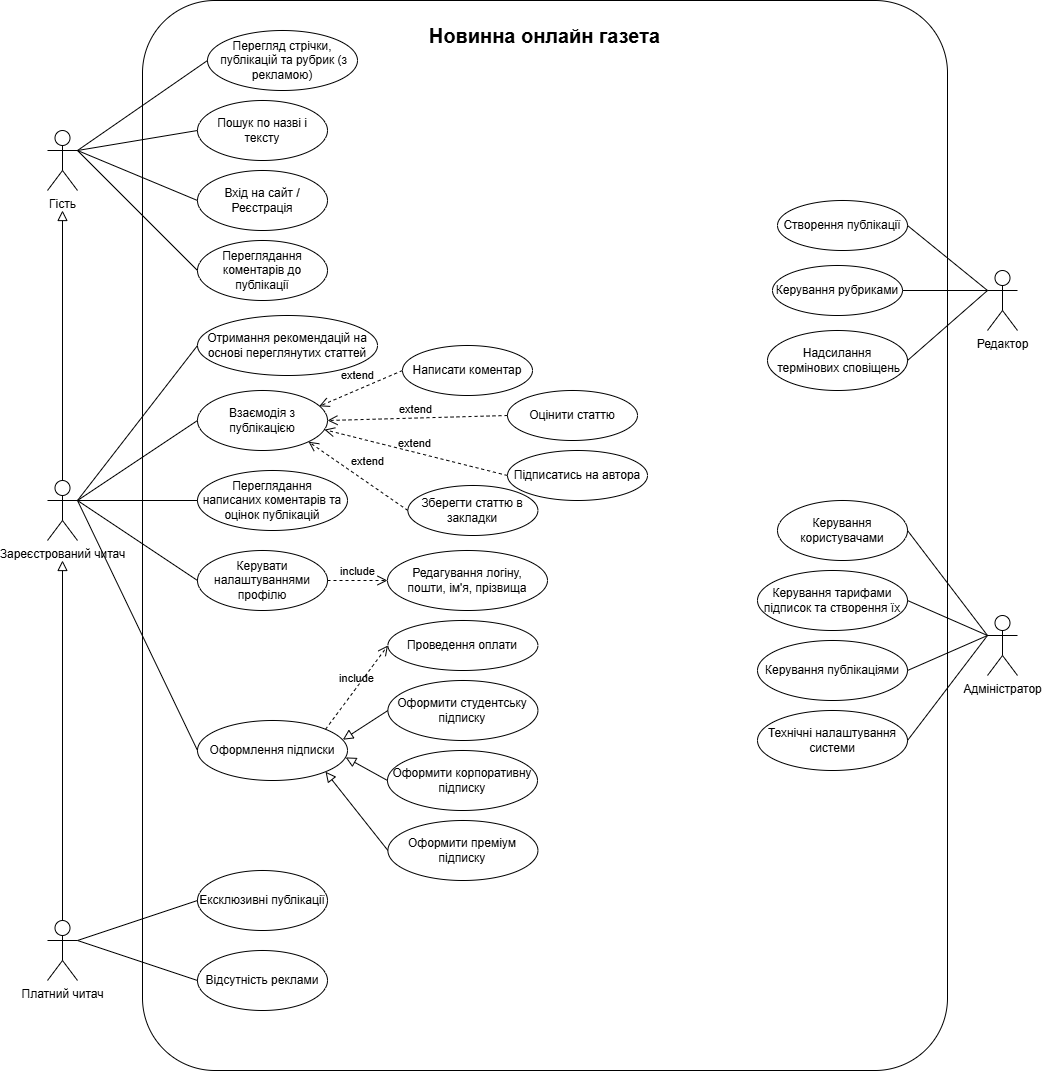
Dubyk-Yura/Online_Newspaper_Curse_work keeps this draw.io diagram as diagrams/use_case.drawio.png. Above is the earlier version. Source tidied: cells renumbered, new cells last; positions are measured from the earlier drawing's top-left corner, leaving out a move shared by most shapes.
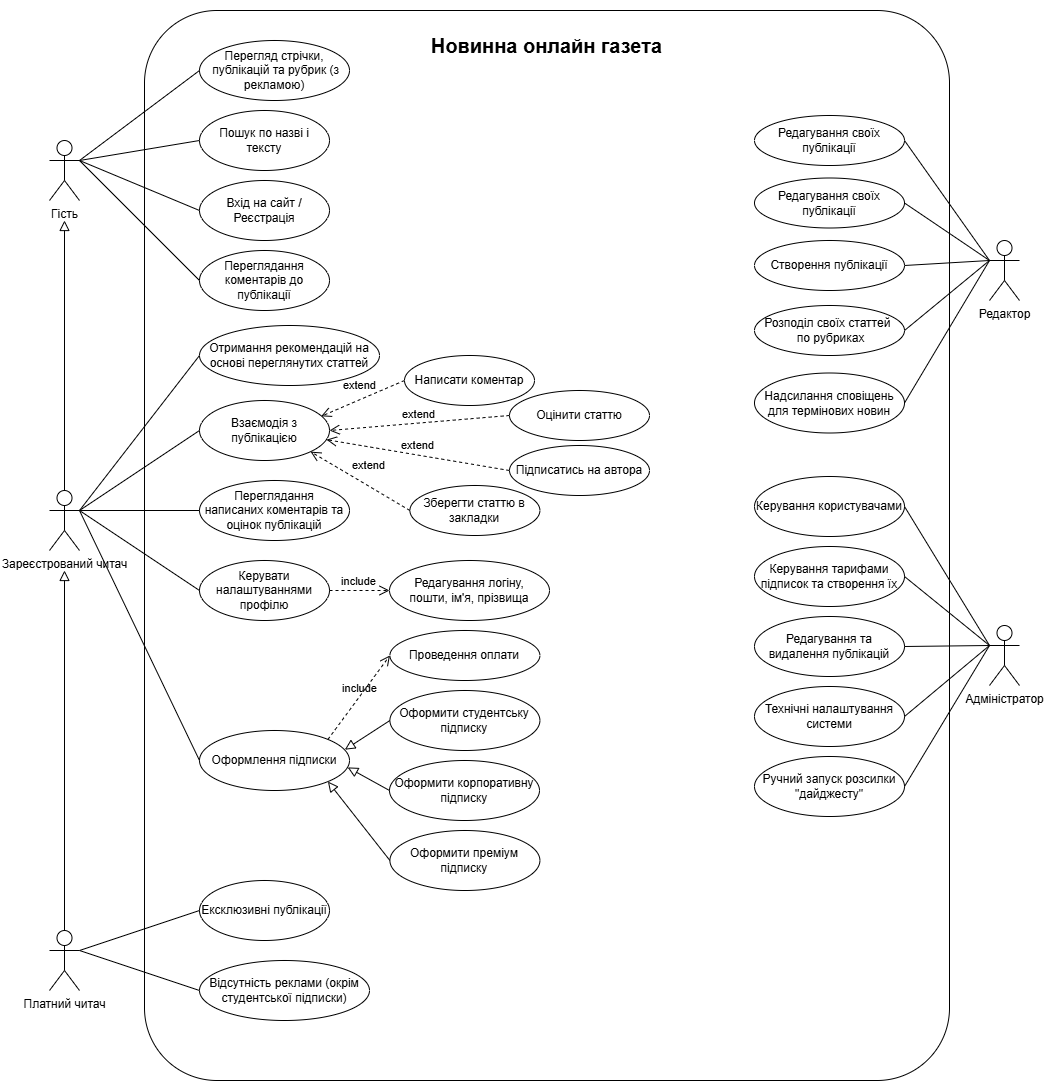
The same diagram one commit later.

Commit message:
upgrade class diagram upgrade use case diagram create diagram of database

The edit, as a diff of the source:
```diff
@@ -2,6 +2,9 @@
   <root>
     <mxCell id="0" />
     <mxCell id="1" parent="0" />
+    <mxCell id="70" style="rounded=0;whiteSpace=wrap;html=1;strokeColor=none;" parent="1" vertex="1">
+      <mxGeometry x="-50" y="-10" width="1060" height="1090" as="geometry" />
+    </mxCell>
     <mxCell id="2" value="Гість" style="shape=umlActor;verticalLabelPosition=bottom;verticalAlign=top;html=1;outlineConnect=0;" parent="1" vertex="1">
       <mxGeometry y="130" width="30" height="60" as="geometry" />
     </mxCell>
@@ -34,13 +37,13 @@
       <mxGeometry relative="1" as="geometry" />
     </mxCell>
     <mxCell id="11" value="Редактор" style="shape=umlActor;verticalLabelPosition=bottom;verticalAlign=top;html=1;outlineConnect=0;" parent="1" vertex="1">
-      <mxGeometry x="940" y="270" width="30" height="60" as="geometry" />
+      <mxGeometry x="940" y="230" width="30" height="60" as="geometry" />
     </mxCell>
     <mxCell id="12" value="&lt;font style=&quot;color: rgb(0, 0, 0);&quot;&gt;Новинна онлайн газета&lt;/font&gt;" style="text;html=1;align=center;verticalAlign=middle;whiteSpace=wrap;rounded=0;strokeWidth=1;fontStyle=1;fontSize=20;" parent="1" vertex="1">
       <mxGeometry x="375" y="20" width="245" height="30" as="geometry" />
     </mxCell>
     <mxCell id="13" value="Перегляд стрічки,&lt;br&gt;&amp;nbsp;публікацій та рубрик (з рекламою)" style="ellipse;whiteSpace=wrap;html=1;" parent="1" vertex="1">
-      <mxGeometry x="160" y="30" width="150" height="60" as="geometry" />
+      <mxGeometry x="150" y="30" width="150" height="60" as="geometry" />
     </mxCell>
     <mxCell id="14" style="endArrow=none;html=1;entryX=1;entryY=0.3333333333333333;entryDx=0;entryDy=0;entryPerimeter=0;exitX=0;exitY=0.5;exitDx=0;exitDy=0;" parent="1" edge="1" source="13" target="2">
       <mxGeometry relative="1" as="geometry" />
@@ -85,13 +88,13 @@
       <mxGeometry x="355" y="345" width="130" height="50" as="geometry" />
     </mxCell>
     <mxCell id="26" value="Оцінити статтю" style="ellipse;whiteSpace=wrap;html=1;" parent="1" vertex="1">
-      <mxGeometry x="460" y="390" width="130" height="50" as="geometry" />
+      <mxGeometry x="460" y="380" width="140" height="50" as="geometry" />
     </mxCell>
     <mxCell id="27" style="endArrow=none;html=1;entryX=0;entryY=0.5;entryDx=0;entryDy=0;exitX=1;exitY=0.3333333333333333;exitDx=0;exitDy=0;exitPerimeter=0;" parent="1" edge="1" source="3" target="24">
       <mxGeometry relative="1" as="geometry" />
     </mxCell>
     <mxCell id="28" value="Зберегти статтю в закладки" style="ellipse;whiteSpace=wrap;html=1;" parent="1" vertex="1">
-      <mxGeometry x="360.4" y="485" width="130" height="50" as="geometry" />
+      <mxGeometry x="360.4" y="475" width="130" height="50" as="geometry" />
     </mxCell>
     <mxCell id="29" value="extend" style="endArrow=open;startArrow=none;endFill=0;startFill=0;endSize=8;verticalAlign=bottom;dashed=1;labelBackgroundColor=none;spacingRight=0;labelPosition=center;verticalLabelPosition=top;align=center;html=1;flowAnimation=0;exitX=0;exitY=0.5;exitDx=0;exitDy=0;entryX=1;entryY=1;entryDx=0;entryDy=0;" parent="1" edge="1" source="28" target="22">
       <mxGeometry x="-0.07" y="-10" relative="1" as="geometry" />
@@ -105,8 +108,8 @@
     <mxCell id="32" value="Ексклюзивні публікації" style="ellipse;whiteSpace=wrap;html=1;" parent="1" vertex="1">
       <mxGeometry x="150" y="870" width="130" height="60" as="geometry" />
     </mxCell>
-    <mxCell id="33" value="Відсутність реклами" style="ellipse;whiteSpace=wrap;html=1;verticalAlign=middle;horizontal=1;" parent="1" vertex="1">
-      <mxGeometry x="150" y="950" width="130" height="60" as="geometry" />
+    <mxCell id="33" value="Відсутність реклами (окрім студентської підписки)" style="ellipse;whiteSpace=wrap;html=1;verticalAlign=middle;horizontal=1;" parent="1" vertex="1">
+      <mxGeometry x="150" y="950" width="170" height="60" as="geometry" />
     </mxCell>
     <mxCell id="34" value="Оформлення підписки" style="ellipse;whiteSpace=wrap;html=1;" parent="1" vertex="1">
       <mxGeometry x="150" y="720" width="150" height="60" as="geometry" />
@@ -147,7 +150,7 @@
       <mxGeometry relative="1" as="geometry" />
     </mxCell>
     <mxCell id="46" value="Підписатись на автора" style="ellipse;whiteSpace=wrap;html=1;" parent="1" vertex="1">
-      <mxGeometry x="460" y="450" width="140" height="50" as="geometry" />
+      <mxGeometry x="460" y="435" width="140" height="50" as="geometry" />
     </mxCell>
     <mxCell id="47" value="extend" style="endArrow=open;startArrow=none;endFill=0;startFill=0;endSize=8;verticalAlign=bottom;dashed=1;labelBackgroundColor=none;entryX=0.977;entryY=0.653;entryDx=0;entryDy=0;spacingRight=0;labelPosition=center;verticalLabelPosition=top;align=center;html=1;flowAnimation=0;exitX=0;exitY=0.5;exitDx=0;exitDy=0;entryPerimeter=0;" parent="1" edge="1" source="46" target="22">
       <mxGeometry x="0.01" relative="1" as="geometry" />
@@ -162,13 +165,13 @@
       <mxGeometry x="0.01" relative="1" as="geometry" />
     </mxCell>
     <mxCell id="51" value="Створення публікації" style="ellipse;whiteSpace=wrap;html=1;" parent="1" vertex="1">
-      <mxGeometry x="730" y="200" width="130" height="50" as="geometry" />
+      <mxGeometry x="705" y="230" width="150" height="50" as="geometry" />
     </mxCell>
-    <mxCell id="52" value="Керування рубриками" style="ellipse;whiteSpace=wrap;html=1;" parent="1" vertex="1">
-      <mxGeometry x="725" y="265" width="130" height="50" as="geometry" />
+    <mxCell id="52" value="Розподіл своїх статтей&amp;nbsp; &amp;nbsp;по рубриках" style="ellipse;whiteSpace=wrap;html=1;" parent="1" vertex="1">
+      <mxGeometry x="705" y="295" width="150" height="50" as="geometry" />
     </mxCell>
-    <mxCell id="53" value="Надсилання&lt;br&gt;&amp;nbsp;термінових сповіщень" style="ellipse;whiteSpace=wrap;html=1;" parent="1" vertex="1">
-      <mxGeometry x="720" y="330" width="140" height="60" as="geometry" />
+    <mxCell id="53" value="Надсилання&amp;nbsp;сповіщень для термінових новин" style="ellipse;whiteSpace=wrap;html=1;" parent="1" vertex="1">
+      <mxGeometry x="705" y="362.5" width="150" height="60" as="geometry" />
     </mxCell>
     <mxCell id="54" style="endArrow=none;html=1;entryX=1;entryY=0.5;entryDx=0;entryDy=0;exitX=0;exitY=0.3333333333333333;exitDx=0;exitDy=0;exitPerimeter=0;" parent="1" edge="1" source="11" target="51">
       <mxGeometry relative="1" as="geometry" />
@@ -180,16 +183,16 @@
       <mxGeometry relative="1" as="geometry" />
     </mxCell>
     <mxCell id="57" value="Керування користувачами" style="ellipse;whiteSpace=wrap;html=1;" parent="1" vertex="1">
-      <mxGeometry x="730" y="500" width="130" height="60" as="geometry" />
+      <mxGeometry x="705" y="466" width="150" height="60" as="geometry" />
     </mxCell>
     <mxCell id="58" value="Керування тарифами підписок та&amp;nbsp;&lt;span style=&quot;color: rgb(0, 0, 0);&quot;&gt;створення їх&lt;/span&gt;" style="ellipse;whiteSpace=wrap;html=1;" parent="1" vertex="1">
-      <mxGeometry x="710" y="570" width="150" height="60" as="geometry" />
+      <mxGeometry x="705" y="536" width="150" height="60" as="geometry" />
     </mxCell>
-    <mxCell id="59" value="Керування публікаціями" style="ellipse;whiteSpace=wrap;html=1;" parent="1" vertex="1">
-      <mxGeometry x="710" y="640" width="150" height="60" as="geometry" />
+    <mxCell id="59" value="Редагування та видалення публікацій" style="ellipse;whiteSpace=wrap;html=1;" parent="1" vertex="1">
+      <mxGeometry x="705" y="606" width="150" height="60" as="geometry" />
     </mxCell>
     <mxCell id="60" value="Технічні налаштування системи" style="ellipse;whiteSpace=wrap;html=1;" parent="1" vertex="1">
-      <mxGeometry x="710" y="710" width="150" height="60" as="geometry" />
+      <mxGeometry x="705" y="676" width="150" height="60" as="geometry" />
     </mxCell>
     <mxCell id="61" style="endArrow=none;html=1;entryX=0;entryY=0.3333333333333333;entryDx=0;entryDy=0;entryPerimeter=0;exitX=1;exitY=0.5;exitDx=0;exitDy=0;" parent="1" edge="1" source="60" target="5">
       <mxGeometry relative="1" as="geometry" />
@@ -218,5 +221,23 @@
     <mxCell id="69" style="html=1;align=center;verticalAlign=top;labelBackgroundColor=none;" parent="68" vertex="1">
       <mxGeometry relative="1" as="geometry" />
     </mxCell>
+    <mxCell id="71" value="Ручний запуск розсилки &quot;дайджесту&quot;" style="ellipse;whiteSpace=wrap;html=1;" parent="1" vertex="1">
+      <mxGeometry x="705" y="746" width="150" height="60" as="geometry" />
+    </mxCell>
+    <mxCell id="72" style="endArrow=none;html=1;exitX=1;exitY=0.5;exitDx=0;exitDy=0;entryX=0;entryY=0.3333333333333333;entryDx=0;entryDy=0;entryPerimeter=0;" parent="1" edge="1" source="71" target="5">
+      <mxGeometry relative="1" as="geometry" />
+    </mxCell>
+    <mxCell id="73" value="Редагування своїх публікації" style="ellipse;whiteSpace=wrap;html=1;" parent="1" vertex="1">
+      <mxGeometry x="705" y="167.5" width="150" height="50" as="geometry" />
+    </mxCell>
+    <mxCell id="74" style="endArrow=none;html=1;entryX=1;entryY=0.5;entryDx=0;entryDy=0;exitX=0;exitY=0.3333333333333333;exitDx=0;exitDy=0;exitPerimeter=0;" parent="1" edge="1" source="11" target="73">
+      <mxGeometry relative="1" as="geometry" />
+    </mxCell>
+    <mxCell id="75" value="Редагування своїх публікації" style="ellipse;whiteSpace=wrap;html=1;" parent="1" vertex="1">
+      <mxGeometry x="705" y="105" width="150" height="50" as="geometry" />
+    </mxCell>
+    <mxCell id="76" style="endArrow=none;html=1;entryX=1;entryY=0.5;entryDx=0;entryDy=0;exitX=0;exitY=0.3333333333333333;exitDx=0;exitDy=0;exitPerimeter=0;" parent="1" edge="1" source="11" target="75">
+      <mxGeometry relative="1" as="geometry" />
+    </mxCell>
   </root>
 </mxGraphModel>
```
